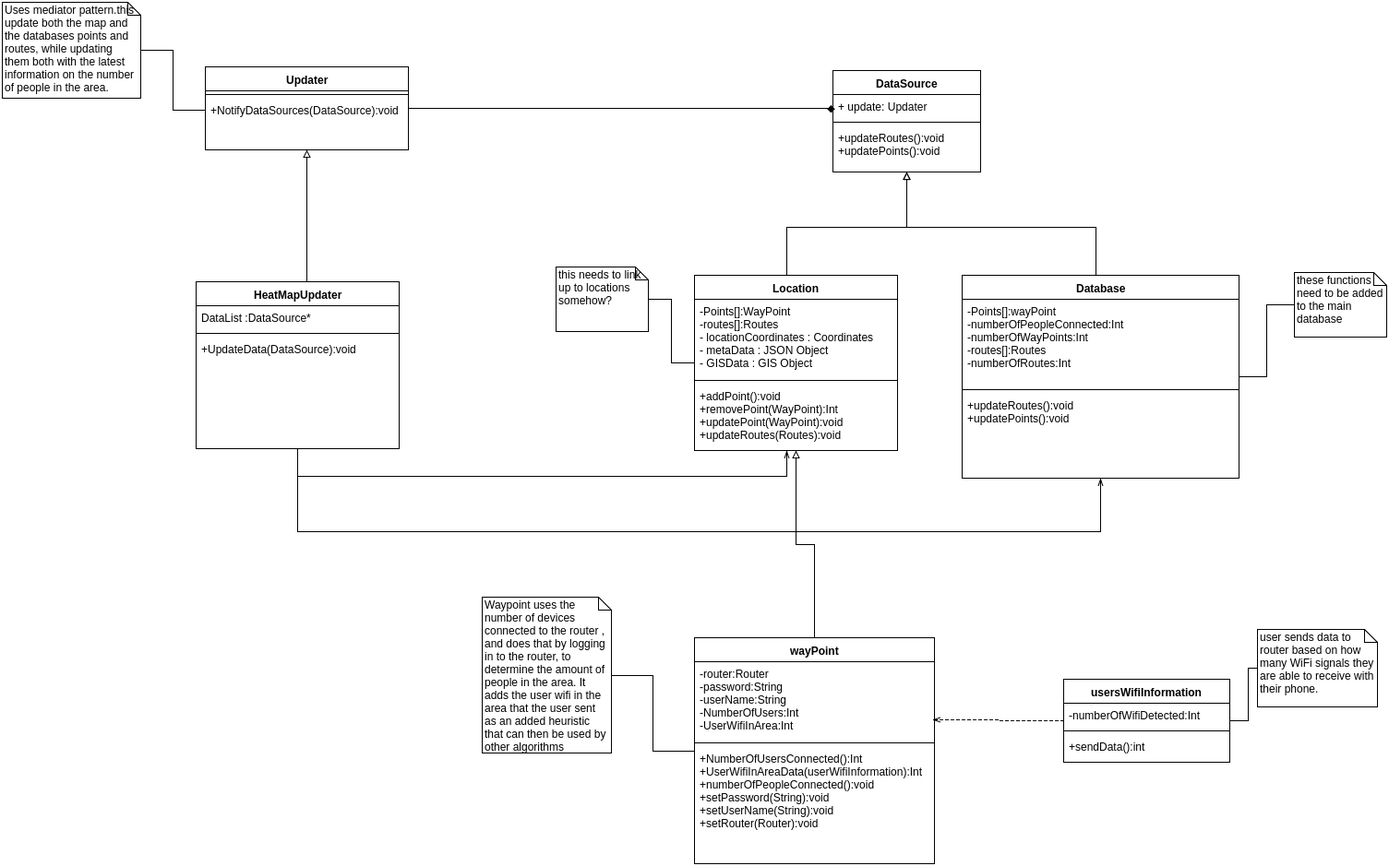
Earlier version of the draw.io export Images/Class-Diagram-Surveillance.png (PeterRayner/COS301_Team_Haskell_Phase2). Source tidied: cells renumbered, new cells last; positions are measured from the earlier drawing's top-left corner, leaving out a move shared by most shapes. Its diagram source:
```xml
<mxGraphModel background="#ffffff">
  <root>
    <mxCell id="0" style="html=1;" />
    <mxCell id="1" style="html=1;" parent="0" />
    <mxCell id="2" style="edgeStyle=orthogonalEdgeStyle;rounded=0;html=1;endArrow=none;endFill=0;jettySize=auto;" parent="1" edge="1" source="4" target="41">
      <mxGeometry relative="1" as="geometry" />
    </mxCell>
    <mxCell id="3" style="edgeStyle=orthogonalEdgeStyle;rounded=0;html=1;endArrow=block;endFill=0;jettySize=auto;" parent="1" edge="1" source="4" target="36">
      <mxGeometry relative="1" as="geometry" />
    </mxCell>
    <mxCell id="4" value="wayPoint" style="swimlane;html=1;fontStyle=1;align=center;verticalAlign=top;horizontal=1;startSize=26;swimlaneFillColor=#ffffff;" parent="1" vertex="1">
      <mxGeometry x="750" y="689" width="260" height="245" as="geometry" />
    </mxCell>
    <mxCell id="5" value="-router:Router&lt;div&gt;-password:String&lt;/div&gt;&lt;div&gt;-userName:String&lt;/div&gt;&lt;div&gt;-NumberOfUsers:Int&lt;/div&gt;&lt;div&gt;-UserWifiInArea:Int&lt;br&gt;&lt;div&gt;&lt;br&gt;&lt;div&gt;&lt;br&gt;&lt;/div&gt;&lt;/div&gt;&lt;/div&gt;" style="text;html=1;strokeColor=none;fillColor=none;align=left;verticalAlign=top;spacingLeft=4;spacingRight=4;whiteSpace=wrap;overflow=hidden;points=[[0,0.5],[1,0.5]];portConstraint=eastwest;" parent="4" vertex="1">
      <mxGeometry y="26" width="260" height="84" as="geometry" />
    </mxCell>
    <mxCell id="6" style="line;html=1;strokeWidth=1;fillColor=none;align=left;verticalAlign=middle;spacingTop=-1;spacingLeft=3;spacingRight=3;labelPosition=right;" parent="4" vertex="1">
      <mxGeometry y="110" width="260" height="8" as="geometry" />
    </mxCell>
    <mxCell id="7" value="+NumberOfUsersConnected():Int&lt;div&gt;+UserWifiInAreaData(userWifiInformation):Int&lt;/div&gt;&lt;div&gt;+numberOfPeopleConnected():void&lt;/div&gt;&lt;div&gt;+setPassword(String):void&lt;/div&gt;&lt;div&gt;+setUserName(String):void&lt;/div&gt;&lt;div&gt;+setRouter(Router):void&lt;/div&gt;&lt;div&gt;&lt;br&gt;&lt;/div&gt;" style="text;html=1;strokeColor=none;fillColor=none;align=left;verticalAlign=top;spacingLeft=4;spacingRight=4;whiteSpace=wrap;overflow=hidden;" parent="4" vertex="1">
      <mxGeometry y="118" width="260" height="122" as="geometry" />
    </mxCell>
    <mxCell id="8" style="edgeStyle=orthogonalEdgeStyle;rounded=0;html=1;entryX=0.992;entryY=0.75;entryPerimeter=0;endArrow=openThin;endFill=0;jettySize=auto;dashed=1;" parent="1" edge="1" source="10" target="5">
      <mxGeometry relative="1" as="geometry">
        <Array as="points">
          <mxPoint x="1080" y="779" />
          <mxPoint x="1080" y="778" />
        </Array>
      </mxGeometry>
    </mxCell>
    <mxCell id="9" style="edgeStyle=orthogonalEdgeStyle;rounded=0;html=1;entryX=0;entryY=0.5;endArrow=none;endFill=0;jettySize=auto;" parent="1" edge="1" source="10" target="40">
      <mxGeometry relative="1" as="geometry" />
    </mxCell>
    <mxCell id="10" value="usersWifiInformation" style="swimlane;html=1;fontStyle=1;align=center;verticalAlign=top;horizontal=1;startSize=26;swimlaneFillColor=#ffffff;" parent="1" vertex="1">
      <mxGeometry x="1150" y="734" width="180" height="90" as="geometry" />
    </mxCell>
    <mxCell id="11" value="-numberOfWifiDetected:Int" style="text;html=1;strokeColor=none;fillColor=none;align=left;verticalAlign=top;spacingLeft=4;spacingRight=4;whiteSpace=wrap;overflow=hidden;" parent="10" vertex="1">
      <mxGeometry y="26" width="180" height="26" as="geometry" />
    </mxCell>
    <mxCell id="12" style="line;html=1;strokeWidth=1;fillColor=none;align=left;verticalAlign=middle;spacingTop=-1;spacingLeft=3;spacingRight=3;labelPosition=right;" parent="10" vertex="1">
      <mxGeometry y="52" width="180" height="8" as="geometry" />
    </mxCell>
    <mxCell id="13" value="+sendData():int" style="text;html=1;strokeColor=none;fillColor=none;align=left;verticalAlign=top;spacingLeft=4;spacingRight=4;whiteSpace=wrap;overflow=hidden;" parent="10" vertex="1">
      <mxGeometry y="60" width="180" height="26" as="geometry" />
    </mxCell>
    <mxCell id="14" value="DataSource" style="swimlane;html=1;fontStyle=1;align=center;verticalAlign=top;horizontal=1;startSize=26;swimlaneFillColor=#ffffff;" parent="1" vertex="1">
      <mxGeometry x="900" y="74" width="160" height="110" as="geometry" />
    </mxCell>
    <mxCell id="15" value="+ update: Updater" style="text;html=1;strokeColor=none;fillColor=none;align=left;verticalAlign=top;spacingLeft=4;spacingRight=4;whiteSpace=wrap;overflow=hidden;points=[[0,0.5],[1,0.5]];portConstraint=eastwest;" parent="14" vertex="1">
      <mxGeometry y="26" width="160" height="26" as="geometry" />
    </mxCell>
    <mxCell id="16" style="line;html=1;strokeWidth=1;fillColor=none;align=left;verticalAlign=middle;spacingTop=-1;spacingLeft=3;spacingRight=3;labelPosition=right;" parent="14" vertex="1">
      <mxGeometry y="52" width="160" height="8" as="geometry" />
    </mxCell>
    <mxCell id="17" value="+updateRoutes():void&lt;div&gt;+updatePoints():void&lt;/div&gt;" style="text;html=1;strokeColor=none;fillColor=none;align=left;verticalAlign=top;spacingLeft=4;spacingRight=4;whiteSpace=wrap;overflow=hidden;" parent="14" vertex="1">
      <mxGeometry y="60" width="160" height="40" as="geometry" />
    </mxCell>
    <mxCell id="18" style="edgeStyle=orthogonalEdgeStyle;rounded=0;html=1;endArrow=block;endFill=0;jettySize=auto;" parent="1" edge="1" source="19" target="14">
      <mxGeometry relative="1" as="geometry">
        <Array as="points">
          <mxPoint x="1185" y="244" />
          <mxPoint x="980" y="244" />
        </Array>
      </mxGeometry>
    </mxCell>
    <mxCell id="19" value="Database" style="swimlane;html=1;fontStyle=1;align=center;verticalAlign=top;horizontal=1;startSize=26;swimlaneFillColor=#ffffff;" parent="1" vertex="1">
      <mxGeometry x="1040" y="296" width="300" height="220" as="geometry" />
    </mxCell>
    <mxCell id="20" value="-Points[]:wayPoint&lt;div&gt;-numberOfPeopleConnected:Int&lt;/div&gt;&lt;div&gt;-numberOfWayPoints:Int&lt;/div&gt;&lt;div&gt;-routes[]:Routes&lt;/div&gt;&lt;div&gt;-numberOfRoutes:Int&lt;/div&gt;" style="text;html=1;strokeColor=none;fillColor=none;align=left;verticalAlign=top;spacingLeft=4;spacingRight=4;whiteSpace=wrap;overflow=hidden;" parent="19" vertex="1">
      <mxGeometry y="26" width="300" height="94" as="geometry" />
    </mxCell>
    <mxCell id="21" style="line;html=1;strokeWidth=1;fillColor=none;align=left;verticalAlign=middle;spacingTop=-1;spacingLeft=3;spacingRight=3;labelPosition=right;" parent="19" vertex="1">
      <mxGeometry y="120" width="300" height="8" as="geometry" />
    </mxCell>
    <mxCell id="22" value="+updateRoutes():void&lt;div&gt;+updatePoints():void&lt;/div&gt;" style="text;html=1;strokeColor=none;fillColor=none;align=left;verticalAlign=top;spacingLeft=4;spacingRight=4;whiteSpace=wrap;overflow=hidden;" parent="19" vertex="1">
      <mxGeometry y="128" width="300" height="92" as="geometry" />
    </mxCell>
    <mxCell id="23" style="edgeStyle=orthogonalEdgeStyle;rounded=0;html=1;entryX=-0.012;entryY=0.769;entryPerimeter=0;endArrow=diamond;endFill=1;jettySize=auto;" parent="1" edge="1" source="24" target="15">
      <mxGeometry relative="1" as="geometry">
        <Array as="points">
          <mxPoint x="898" y="115" />
        </Array>
      </mxGeometry>
    </mxCell>
    <mxCell id="24" value="Updater" style="swimlane;html=1;fontStyle=1;align=center;verticalAlign=top;horizontal=1;startSize=26;swimlaneFillColor=#ffffff;" parent="1" vertex="1">
      <mxGeometry x="220" y="70" width="220" height="90" as="geometry" />
    </mxCell>
    <mxCell id="25" style="line;html=1;strokeWidth=1;fillColor=none;align=left;verticalAlign=middle;spacingTop=-1;spacingLeft=3;spacingRight=3;labelPosition=right;" parent="24" vertex="1">
      <mxGeometry y="26" width="220" height="8" as="geometry" />
    </mxCell>
    <mxCell id="26" value="+NotifyDataSources(DataSource):void" style="text;html=1;strokeColor=none;fillColor=none;align=left;verticalAlign=top;spacingLeft=4;spacingRight=4;whiteSpace=wrap;overflow=hidden;points=[[0,0.5],[1,0.5]];portConstraint=eastwest;" parent="24" vertex="1">
      <mxGeometry y="34" width="220" height="26" as="geometry" />
    </mxCell>
    <mxCell id="27" style="edgeStyle=orthogonalEdgeStyle;rounded=0;html=1;endArrow=block;endFill=0;jettySize=auto;" parent="1" edge="1" source="30" target="24">
      <mxGeometry relative="1" as="geometry">
        <Array as="points">
          <mxPoint x="330" y="274" />
          <mxPoint x="330" y="274" />
        </Array>
      </mxGeometry>
    </mxCell>
    <mxCell id="28" style="edgeStyle=orthogonalEdgeStyle;rounded=0;html=1;endArrow=openThin;endFill=0;jettySize=auto;" parent="1" edge="1" source="30" target="19">
      <mxGeometry relative="1" as="geometry">
        <Array as="points">
          <mxPoint x="320" y="574" />
          <mxPoint x="1190" y="574" />
        </Array>
      </mxGeometry>
    </mxCell>
    <mxCell id="29" style="edgeStyle=orthogonalEdgeStyle;rounded=0;html=1;endArrow=openThin;endFill=0;jettySize=auto;" parent="1" edge="1" source="30" target="36">
      <mxGeometry relative="1" as="geometry">
        <Array as="points">
          <mxPoint x="320" y="514" />
          <mxPoint x="850" y="514" />
        </Array>
      </mxGeometry>
    </mxCell>
    <mxCell id="30" value="HeatMapUpdater" style="swimlane;html=1;fontStyle=1;align=center;verticalAlign=top;horizontal=1;startSize=26;swimlaneFillColor=#ffffff;" parent="1" vertex="1">
      <mxGeometry x="210" y="303" width="220" height="181" as="geometry" />
    </mxCell>
    <mxCell id="31" value="DataList :DataSource*" style="text;html=1;strokeColor=none;fillColor=none;align=left;verticalAlign=top;spacingLeft=4;spacingRight=4;whiteSpace=wrap;overflow=hidden;" parent="30" vertex="1">
      <mxGeometry y="26" width="220" height="26" as="geometry" />
    </mxCell>
    <mxCell id="32" style="line;html=1;strokeWidth=1;fillColor=none;align=left;verticalAlign=middle;spacingTop=-1;spacingLeft=3;spacingRight=3;labelPosition=right;" parent="30" vertex="1">
      <mxGeometry y="52" width="220" height="8" as="geometry" />
    </mxCell>
    <mxCell id="33" value="+UpdateData(DataSource):void" style="text;html=1;strokeColor=none;fillColor=none;align=left;verticalAlign=top;spacingLeft=4;spacingRight=4;whiteSpace=wrap;overflow=hidden;" parent="30" vertex="1">
      <mxGeometry y="60" width="220" height="110" as="geometry" />
    </mxCell>
    <mxCell id="34" style="edgeStyle=orthogonalEdgeStyle;rounded=0;html=1;exitX=0.75;exitY=0;entryX=0.75;entryY=0;endArrow=block;endFill=1;jettySize=auto;orthogonalLoop=1;" parent="1" edge="1" source="24" target="24">
      <mxGeometry relative="1" as="geometry" />
    </mxCell>
    <mxCell id="35" style="edgeStyle=orthogonalEdgeStyle;rounded=0;html=1;endArrow=block;endFill=0;jettySize=auto;" parent="1" edge="1" source="36" target="14">
      <mxGeometry relative="1" as="geometry">
        <Array as="points">
          <mxPoint x="850" y="244" />
          <mxPoint x="980" y="244" />
        </Array>
      </mxGeometry>
    </mxCell>
    <mxCell id="36" value="Location" style="swimlane;html=1;fontStyle=1;align=center;verticalAlign=top;horizontal=1;startSize=26;swimlaneFillColor=#ffffff;" parent="1" vertex="1">
      <mxGeometry x="750" y="296" width="220" height="190" as="geometry" />
    </mxCell>
    <mxCell id="37" value="&lt;div&gt;-Points[]:WayPoint&lt;div&gt;-routes[]:Routes&lt;/div&gt;&lt;/div&gt;&lt;div&gt;- locationCoordinates : Coordinates&amp;nbsp;&lt;br&gt;&lt;/div&gt;&lt;div&gt;- metaData : JSON Object&lt;br&gt;&lt;/div&gt;&lt;div&gt;- GISData : GIS Object&lt;br&gt;&lt;/div&gt;" style="text;html=1;strokeColor=none;fillColor=none;align=left;verticalAlign=top;spacingLeft=4;spacingRight=4;whiteSpace=wrap;overflow=hidden;" parent="36" vertex="1">
      <mxGeometry y="26" width="220" height="84" as="geometry" />
    </mxCell>
    <mxCell id="38" style="line;html=1;strokeWidth=1;fillColor=none;align=left;verticalAlign=middle;spacingTop=-1;spacingLeft=3;spacingRight=3;labelPosition=right;" parent="36" vertex="1">
      <mxGeometry y="110" width="220" height="8" as="geometry" />
    </mxCell>
    <mxCell id="39" value="&lt;div&gt;+addPoint():void&lt;/div&gt;&lt;div&gt;+removePoint(WayPoint):Int&lt;/div&gt;&lt;div&gt;+updatePoint(WayPoint):void&lt;/div&gt;&lt;div&gt;+updateRoutes(Routes):void&lt;/div&gt;" style="text;html=1;strokeColor=none;fillColor=none;align=left;verticalAlign=top;spacingLeft=4;spacingRight=4;whiteSpace=wrap;overflow=hidden;" parent="36" vertex="1">
      <mxGeometry y="118" width="220" height="62" as="geometry" />
    </mxCell>
    <mxCell id="40" value="user sends data to router based on how many WiFi signals they are able to receive with their phone." style="shape=note;whiteSpace=wrap;html=1;size=14;verticalAlign=top;align=left;spacingTop=-6;" parent="1" vertex="1">
      <mxGeometry x="1360" y="680" width="130" height="84" as="geometry" />
    </mxCell>
    <mxCell id="41" value="Waypoint uses the number of devices connected to the router , and does that by logging in to the router, to determine the amount of people in the area. It adds the user wifi in the area that the user sent as an added heuristic that can then be used by other algorithms&amp;nbsp;" style="shape=note;whiteSpace=wrap;html=1;size=14;verticalAlign=top;align=left;spacingTop=-6;" parent="1" vertex="1">
      <mxGeometry x="520" y="645" width="140" height="169" as="geometry" />
    </mxCell>
    <mxCell id="42" style="edgeStyle=orthogonalEdgeStyle;rounded=0;html=1;entryX=0;entryY=0.5;endArrow=none;endFill=0;jettySize=auto;" parent="1" edge="1" source="43" target="26">
      <mxGeometry relative="1" as="geometry" />
    </mxCell>
    <mxCell id="43" value="Uses mediator pattern.this update both the map and the databases points and routes, while updating them both with the latest information on the number of people in the area." style="shape=note;whiteSpace=wrap;html=1;size=14;verticalAlign=top;align=left;spacingTop=-6;" parent="1" vertex="1">
      <mxGeometry width="150" height="104" as="geometry" />
    </mxCell>
    <mxCell id="44" style="edgeStyle=orthogonalEdgeStyle;rounded=0;html=1;endArrow=none;endFill=0;jettySize=auto;" parent="1" edge="1" source="45" target="36">
      <mxGeometry relative="1" as="geometry" />
    </mxCell>
    <mxCell id="45" value="this needs to link up to locations somehow?" style="shape=note;whiteSpace=wrap;html=1;size=14;verticalAlign=top;align=left;spacingTop=-6;" parent="1" vertex="1">
      <mxGeometry x="600" y="287" width="100" height="70" as="geometry" />
    </mxCell>
    <mxCell id="46" style="edgeStyle=orthogonalEdgeStyle;rounded=0;html=1;endArrow=none;endFill=0;jettySize=auto;" parent="1" edge="1" source="47" target="19">
      <mxGeometry relative="1" as="geometry" />
    </mxCell>
    <mxCell id="47" value="these functions need to be added to the main database" style="shape=note;whiteSpace=wrap;html=1;size=14;verticalAlign=top;align=left;spacingTop=-6;" parent="1" vertex="1">
      <mxGeometry x="1400" y="293" width="100" height="70" as="geometry" />
    </mxCell>
  </root>
</mxGraphModel>
```
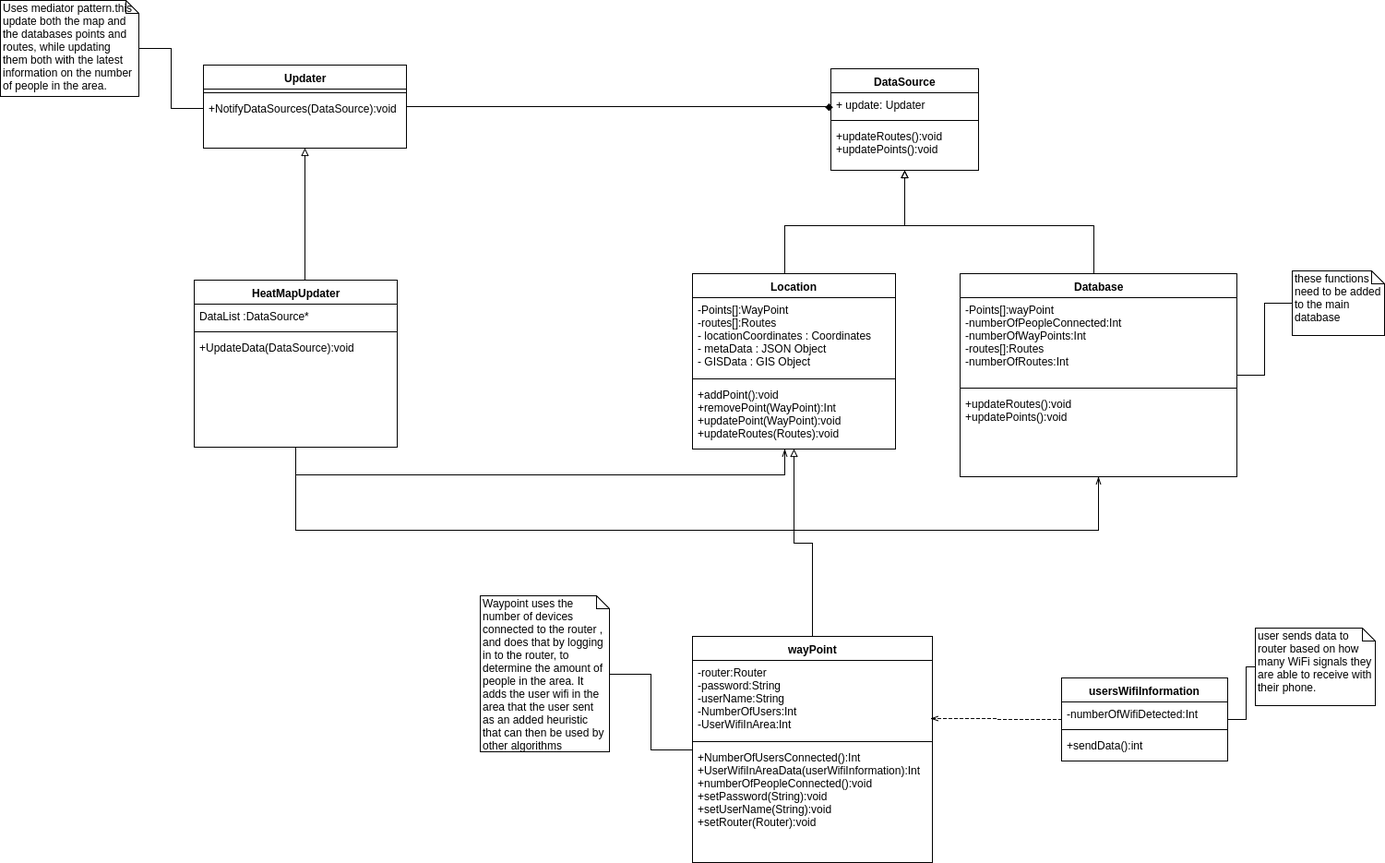
The same file after the commit.

Commit message:
Update LaTeX file. Added Surveillance diagrams, updated Data diagrams, updated User diagrams. Added Surveillance description

Diff of the diagram source:
```diff
@@ -162,12 +162,6 @@
     <mxCell id="43" value="Uses mediator pattern.this update both the map and the databases points and routes, while updating them both with the latest information on the number of people in the area." style="shape=note;whiteSpace=wrap;html=1;size=14;verticalAlign=top;align=left;spacingTop=-6;" parent="1" vertex="1">
       <mxGeometry width="150" height="104" as="geometry" />
     </mxCell>
-    <mxCell id="44" style="edgeStyle=orthogonalEdgeStyle;rounded=0;html=1;endArrow=none;endFill=0;jettySize=auto;" parent="1" edge="1" source="45" target="36">
-      <mxGeometry relative="1" as="geometry" />
-    </mxCell>
-    <mxCell id="45" value="this needs to link up to locations somehow?" style="shape=note;whiteSpace=wrap;html=1;size=14;verticalAlign=top;align=left;spacingTop=-6;" parent="1" vertex="1">
-      <mxGeometry x="600" y="287" width="100" height="70" as="geometry" />
-    </mxCell>
     <mxCell id="46" style="edgeStyle=orthogonalEdgeStyle;rounded=0;html=1;endArrow=none;endFill=0;jettySize=auto;" parent="1" edge="1" source="47" target="19">
       <mxGeometry relative="1" as="geometry" />
     </mxCell>
```
